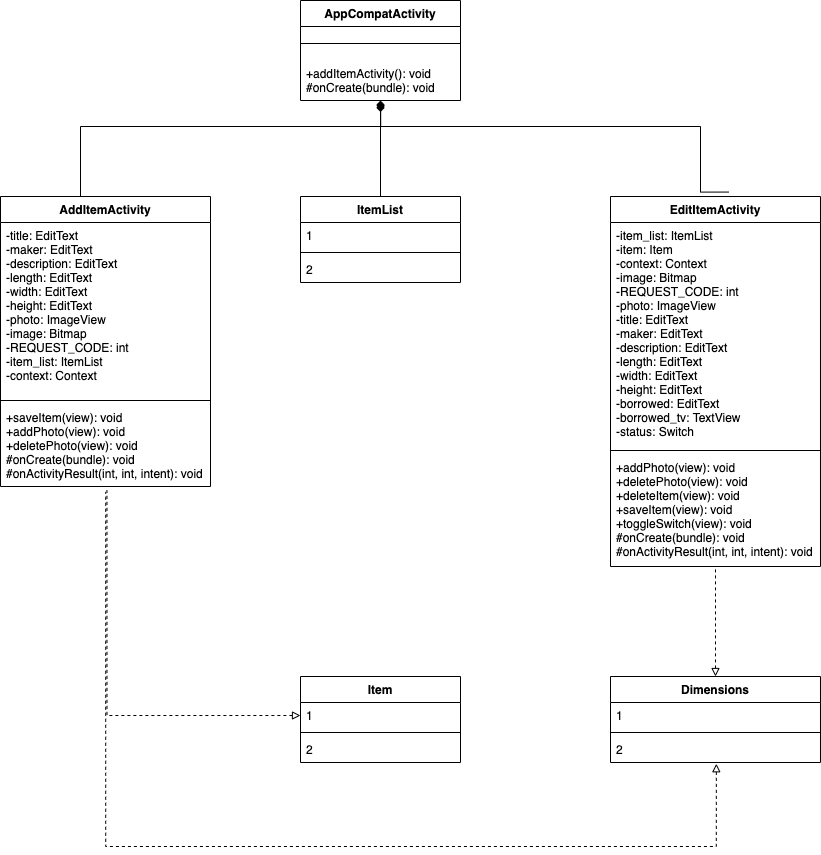
Earlier version of the draw.io export Class Diagrams/ApplicationBorrowedTemplateClassDiagram.png (smitbmx/Architecture-Diagrams). Source tidied: cells renumbered, new cells last; positions are measured from the earlier drawing's top-left corner, leaving out a move shared by most shapes.
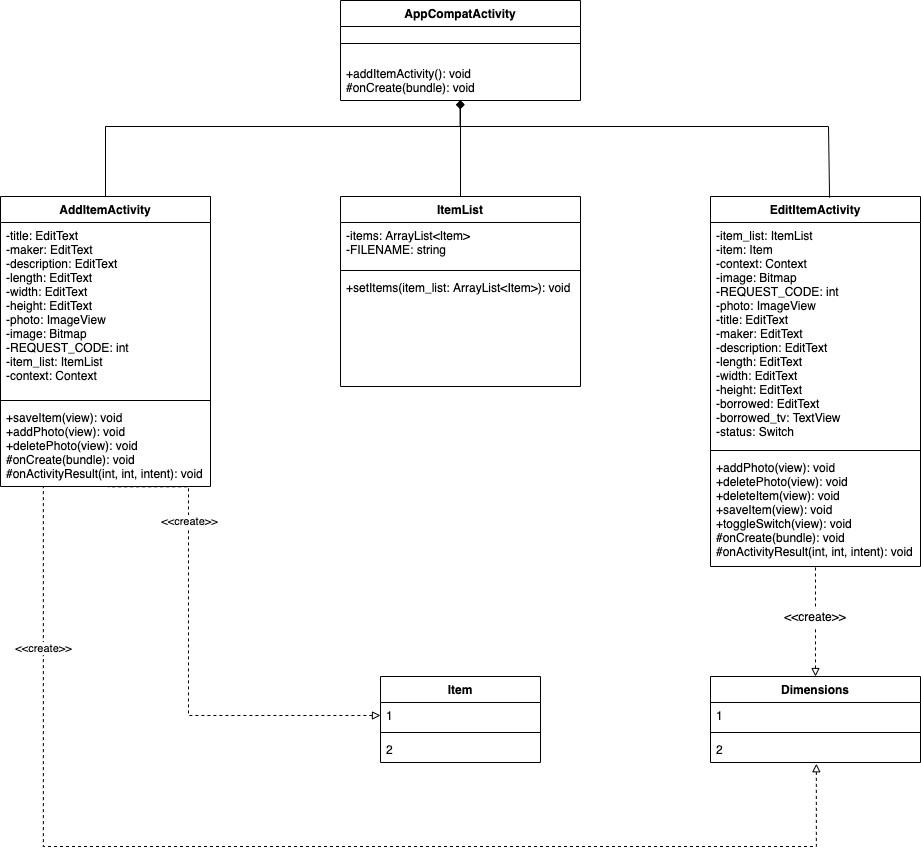
After the commit.

Diff of the diagram source:
```diff
@@ -3,28 +3,28 @@
     <mxCell id="0" />
     <mxCell id="1" parent="0" />
     <mxCell id="2" value="AppCompatActivity" style="swimlane;fontStyle=1;align=center;verticalAlign=top;horizontal=1;startSize=26;" parent="1" vertex="1">
-      <mxGeometry x="300" width="160" height="100" as="geometry" />
+      <mxGeometry x="260" width="240" height="100" as="geometry" />
     </mxCell>
     <mxCell id="3" style="line;strokeWidth=1;fillColor=none;align=left;verticalAlign=middle;spacingTop=-1;spacingLeft=3;spacingRight=3;labelPosition=right;" parent="2" vertex="1">
-      <mxGeometry y="26" width="160" height="34" as="geometry" />
+      <mxGeometry y="26" width="240" height="34" as="geometry" />
     </mxCell>
     <mxCell id="4" value="+addItemActivity(): void&#10;#onCreate(bundle): void" style="text;strokeColor=none;fillColor=none;align=left;verticalAlign=top;spacingLeft=4;spacingRight=4;overflow=hidden;points=[[0,0.5],[1,0.5]];portConstraint=eastwest;" parent="2" vertex="1">
-      <mxGeometry y="60" width="160" height="40" as="geometry" />
+      <mxGeometry y="60" width="240" height="40" as="geometry" />
     </mxCell>
     <mxCell id="5" value="ItemList" style="swimlane;fontStyle=1;align=center;verticalAlign=top;horizontal=1;startSize=26;" parent="1" vertex="1">
-      <mxGeometry x="300" y="196" width="160" height="86" as="geometry" />
+      <mxGeometry x="260" y="196" width="240" height="190" as="geometry" />
     </mxCell>
-    <mxCell id="6" value="1" style="text;strokeColor=none;fillColor=none;align=left;verticalAlign=top;spacingLeft=4;spacingRight=4;overflow=hidden;" parent="5" vertex="1">
-      <mxGeometry y="26" width="160" height="26" as="geometry" />
+    <mxCell id="6" value="-items: ArrayList&lt;Item&gt;&#10;-FILENAME: string" style="text;strokeColor=none;fillColor=none;align=left;verticalAlign=top;spacingLeft=4;spacingRight=4;overflow=hidden;" parent="5" vertex="1">
+      <mxGeometry y="26" width="240" height="44" as="geometry" />
     </mxCell>
     <mxCell id="7" style="line;strokeWidth=1;fillColor=none;align=left;verticalAlign=middle;spacingTop=-1;spacingLeft=3;spacingRight=3;labelPosition=right;" parent="5" vertex="1">
-      <mxGeometry y="52" width="160" height="8" as="geometry" />
+      <mxGeometry y="70" width="240" height="8" as="geometry" />
     </mxCell>
-    <mxCell id="8" value="2" style="text;strokeColor=none;fillColor=none;align=left;verticalAlign=top;spacingLeft=4;spacingRight=4;overflow=hidden;" parent="5" vertex="1">
-      <mxGeometry y="60" width="160" height="26" as="geometry" />
+    <mxCell id="8" value="+setItems(item_list: ArrayList&lt;Item&gt;): void" style="text;strokeColor=none;fillColor=none;align=left;verticalAlign=top;spacingLeft=4;spacingRight=4;overflow=hidden;" parent="5" vertex="1">
+      <mxGeometry y="78" width="240" height="112" as="geometry" />
     </mxCell>
     <mxCell id="9" value="AddItemActivity" style="swimlane;fontStyle=1;align=center;verticalAlign=top;horizontal=1;startSize=26;" parent="1" vertex="1">
-      <mxGeometry y="196" width="210" height="290" as="geometry" />
+      <mxGeometry x="-80" y="196" width="210" height="290" as="geometry" />
     </mxCell>
     <mxCell id="10" value="-title: EditText&#10;-maker: EditText&#10;-description: EditText&#10;-length: EditText&#10;-width: EditText&#10;-height: EditText&#10;-photo: ImageView&#10;-image: Bitmap&#10;-REQUEST_CODE: int&#10;-item_list: ItemList&#10;-context: Context" style="text;strokeColor=none;fillColor=none;align=left;verticalAlign=top;spacingLeft=4;spacingRight=4;overflow=hidden;" parent="9" vertex="1">
       <mxGeometry y="26" width="210" height="174" as="geometry" />
@@ -36,7 +36,7 @@
       <mxGeometry y="208" width="210" height="82" as="geometry" />
     </mxCell>
     <mxCell id="13" value="EditItemActivity" style="swimlane;fontStyle=1;align=center;verticalAlign=top;horizontal=1;startSize=26;" parent="1" vertex="1">
-      <mxGeometry x="610" y="196" width="210" height="370" as="geometry" />
+      <mxGeometry x="630" y="196" width="210" height="370" as="geometry" />
     </mxCell>
     <mxCell id="14" value="-item_list: ItemList&#10;-item: Item&#10;-context: Context&#10;-image: Bitmap&#10;-REQUEST_CODE: int&#10;-photo: ImageView&#10;-title: EditText&#10;-maker: EditText&#10;-description: EditText&#10;-length: EditText&#10;-width: EditText&#10;-height: EditText&#10;-borrowed: EditText&#10;-borrowed_tv: TextView&#10;-status: Switch" style="text;strokeColor=none;fillColor=none;align=left;verticalAlign=top;spacingLeft=4;spacingRight=4;overflow=hidden;" parent="13" vertex="1">
       <mxGeometry y="26" width="210" height="224" as="geometry" />
@@ -60,7 +60,7 @@
       <mxGeometry y="60" width="160" height="26" as="geometry" />
     </mxCell>
     <mxCell id="21" value="Dimensions" style="swimlane;fontStyle=1;align=center;verticalAlign=top;horizontal=1;startSize=26;" parent="1" vertex="1">
-      <mxGeometry x="610" y="676" width="210" height="86" as="geometry" />
+      <mxGeometry x="630" y="676" width="210" height="86" as="geometry" />
     </mxCell>
     <mxCell id="22" value="1" style="text;strokeColor=none;fillColor=none;align=left;verticalAlign=top;spacingLeft=4;spacingRight=4;overflow=hidden;" parent="21" vertex="1">
       <mxGeometry y="26" width="210" height="26" as="geometry" />
@@ -74,39 +74,52 @@
     <mxCell id="25" style="endArrow=diamond;html=1;exitX=0.5;exitY=0;exitDx=0;exitDy=0;endFill=1;" parent="1" edge="1" source="5" target="4">
       <mxGeometry relative="1" as="geometry" />
     </mxCell>
-    <mxCell id="26" style="endArrow=diamond;html=1;entryX=0.5;entryY=1.077;entryDx=0;entryDy=0;entryPerimeter=0;exitX=0.5;exitY=0;exitDx=0;exitDy=0;edgeStyle=orthogonalEdgeStyle;rounded=0;endFill=1;" parent="1" edge="1" source="9" target="4">
+    <mxCell id="26" style="endArrow=diamond;html=1;entryX=0.498;entryY=1.001;entryDx=0;entryDy=0;entryPerimeter=0;exitX=0.5;exitY=0;exitDx=0;exitDy=0;edgeStyle=orthogonalEdgeStyle;rounded=0;endFill=1;" parent="1" edge="1" source="9" target="4">
       <mxGeometry relative="1" as="geometry">
         <Array as="points">
-          <mxPoint x="80" y="126" />
+          <mxPoint x="25" y="126" />
           <mxPoint x="380" y="126" />
         </Array>
       </mxGeometry>
     </mxCell>
-    <mxCell id="27" style="endArrow=diamond;html=1;exitX=0.563;exitY=-0.012;exitDx=0;exitDy=0;exitPerimeter=0;edgeStyle=orthogonalEdgeStyle;entryX=0.501;entryY=1.029;entryDx=0;entryDy=0;entryPerimeter=0;rounded=0;endFill=1;" parent="1" edge="1" source="13" target="4">
+    <mxCell id="27" style="endArrow=diamond;html=1;exitX=0.567;exitY=0.003;exitDx=0;exitDy=0;exitPerimeter=0;edgeStyle=orthogonalEdgeStyle;rounded=0;endFill=1;" parent="1" edge="1" source="13" target="4">
       <mxGeometry relative="1" as="geometry">
         <Array as="points">
-          <mxPoint x="700" y="126" />
+          <mxPoint x="748" y="197" />
+          <mxPoint x="748" y="126" />
           <mxPoint x="380" y="126" />
         </Array>
       </mxGeometry>
     </mxCell>
+    <mxCell id="29" style="endArrow=none;dashed=1;html=1;entryX=0.204;entryY=0.994;entryDx=0;entryDy=0;entryPerimeter=0;exitX=0.504;exitY=1.048;exitDx=0;exitDy=0;exitPerimeter=0;edgeStyle=orthogonalEdgeStyle;rounded=0;startArrow=block;startFill=0;" parent="1" edge="1" source="24" target="12">
+      <mxGeometry relative="1" as="geometry">
+        <Array as="points">
+          <mxPoint x="716" y="846" />
+          <mxPoint x="43" y="846" />
+        </Array>
+      </mxGeometry>
+    </mxCell>
+    <mxCell id="31" value="&amp;lt;&amp;lt;create&amp;gt;&amp;gt;" style="edgeLabel;html=1;align=center;verticalAlign=middle;" parent="29" vertex="1">
+      <mxGeometry x="0.73" y="1" relative="1" as="geometry" />
+    </mxCell>
+    <mxCell id="30" style="endArrow=none;dashed=1;html=1;entryX=0.5;entryY=1;entryDx=0;entryDy=0;exitX=0.5;exitY=0;exitDx=0;exitDy=0;startArrow=none;startFill=0;" parent="1" edge="1" source="32" target="13">
+      <mxGeometry relative="1" as="geometry" />
+    </mxCell>
+    <mxCell id="32" value="&amp;lt;&amp;lt;create&amp;gt;&amp;gt;" style="text;html=1;strokeColor=none;fillColor=none;align=center;verticalAlign=middle;whiteSpace=wrap;rounded=0;" parent="1" vertex="1">
+      <mxGeometry x="700" y="606" width="70" height="20" as="geometry" />
+    </mxCell>
+    <mxCell id="33" style="endArrow=none;dashed=1;html=1;entryX=0.5;entryY=1;entryDx=0;entryDy=0;exitX=0.5;exitY=0;exitDx=0;exitDy=0;startArrow=block;startFill=0;" parent="1" edge="1" source="21" target="32">
+      <mxGeometry relative="1" as="geometry" />
+    </mxCell>
-    <mxCell id="28" style="endArrow=none;dashed=1;html=1;exitX=0;exitY=0.5;exitDx=0;exitDy=0;entryX=0.507;entryY=1.048;entryDx=0;entryDy=0;entryPerimeter=0;edgeStyle=orthogonalEdgeStyle;rounded=0;startArrow=block;startFill=0;" parent="1" edge="1" source="18" target="12">
+    <mxCell id="28" style="endArrow=none;dashed=1;html=1;exitX=0;exitY=0.5;exitDx=0;exitDy=0;edgeStyle=orthogonalEdgeStyle;rounded=0;startArrow=block;startFill=0;entryX=0.513;entryY=1.004;entryDx=0;entryDy=0;entryPerimeter=0;" parent="1" edge="1" source="18" target="12">
       <mxGeometry relative="1" as="geometry">
         <Array as="points">
-          <mxPoint x="107" y="715" />
+          <mxPoint x="108" y="715" />
         </Array>
       </mxGeometry>
     </mxCell>
-    <mxCell id="29" style="endArrow=none;dashed=1;html=1;entryX=0.501;entryY=1.066;entryDx=0;entryDy=0;entryPerimeter=0;exitX=0.504;exitY=1.048;exitDx=0;exitDy=0;exitPerimeter=0;edgeStyle=orthogonalEdgeStyle;rounded=0;startArrow=block;startFill=0;" parent="1" edge="1" source="24" target="12">
-      <mxGeometry relative="1" as="geometry">
-        <Array as="points">
-          <mxPoint x="691" y="846" />
-          <mxPoint x="80" y="846" />
-        </Array>
-      </mxGeometry>
-    </mxCell>
-    <mxCell id="30" style="endArrow=none;dashed=1;html=1;entryX=0.5;entryY=1;entryDx=0;entryDy=0;exitX=0.5;exitY=0;exitDx=0;exitDy=0;startArrow=block;startFill=0;" parent="1" edge="1" source="21" target="13">
-      <mxGeometry relative="1" as="geometry" />
-    </mxCell>
+    <mxCell id="34" value="&amp;lt;&amp;lt;create&amp;gt;&amp;gt;" style="edgeLabel;html=1;align=center;verticalAlign=middle;" parent="28" vertex="1">
+      <mxGeometry x="0.54" relative="1" as="geometry" />
+    </mxCell>
   </root>
 </mxGraphModel>
```
